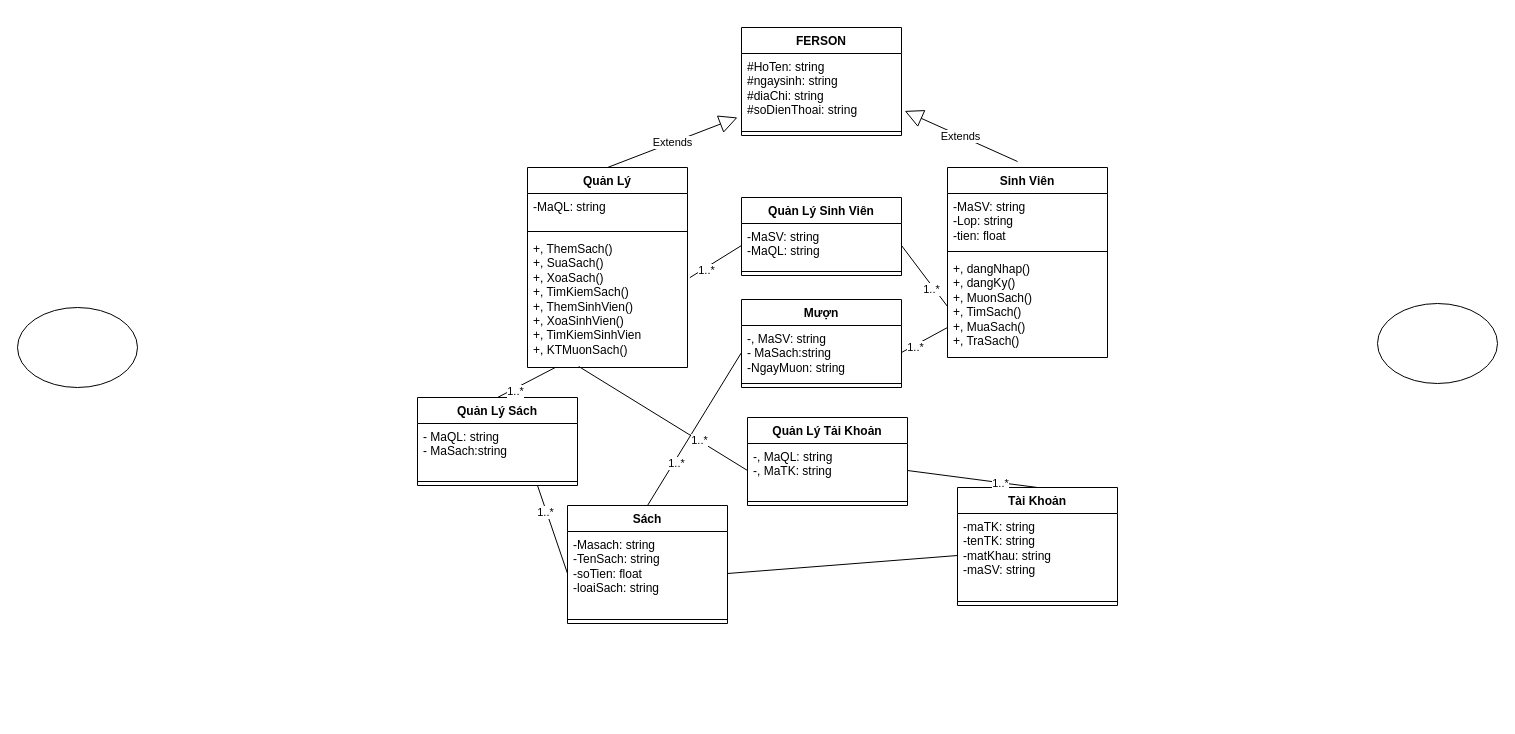
Above: page "Biểu Đồ Lớp" (2 of 2) of QLTV.drawio in XuanManh9999/QLTV_BTL.NET (draw.io), before the change. Source tidied: cells renumbered, new cells numbered last; positions are measured from the earlier drawing's top-left corner, leaving out a move shared by most shapes. Both pictures are drawn from the tidied source at 100%, with x=0, y=0 at pixel (17, 27).
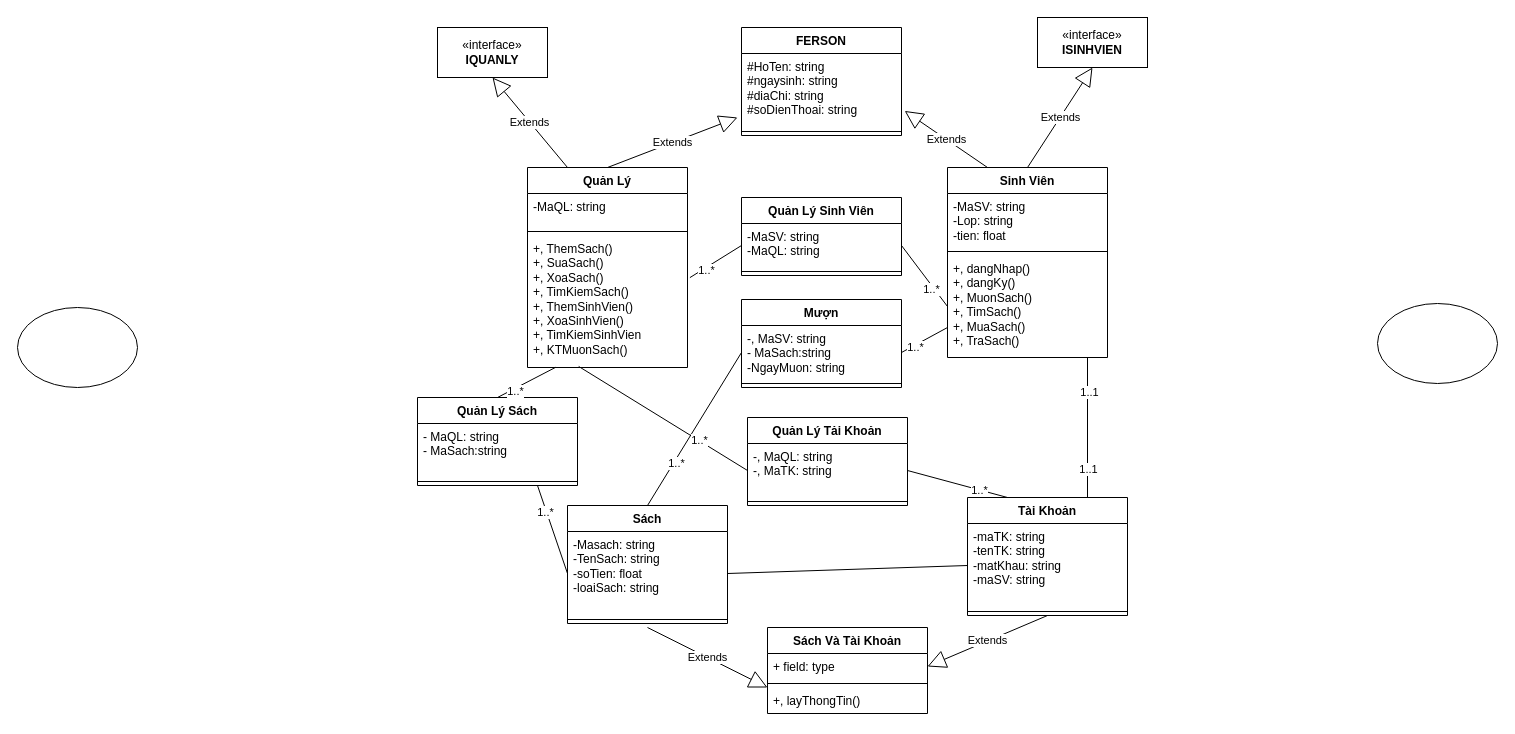
The same diagram, later.

Unchanged cells that the change refers to:
```xml
<mxCell id="3" value="#HoTen: string&lt;br&gt;#ngaysinh: string&lt;br&gt;#diaChi: string&lt;br&gt;#soDienThoai: string" style="text;strokeColor=none;fillColor=none;align=left;verticalAlign=top;spacingLeft=4;spacingRight=4;overflow=hidden;points=[[0,0.5],[1,0.5]];portConstraint=eastwest;whiteSpace=wrap;html=1;" parent="2" vertex="1">
  <mxGeometry y="26" width="160" height="74" as="geometry" />
</mxCell>
<mxCell id="5" value="Quản Lý" style="swimlane;fontStyle=1;align=center;verticalAlign=top;horizontal=1;startSize=26;whiteSpace=wrap;html=1;" parent="1" vertex="1">
  <mxGeometry x="510" y="140" width="160" height="200" as="geometry" />
</mxCell>
<mxCell id="9" value="Sinh Viên" style="swimlane;fontStyle=1;align=center;verticalAlign=top;horizontal=1;startSize=26;whiteSpace=wrap;html=1;" parent="1" vertex="1">
  <mxGeometry x="930" y="140" width="160" height="190" as="geometry" />
</mxCell>
<mxCell id="12" value="+, dangNhap()&lt;br&gt;+, dangKy()&lt;br&gt;+, MuonSach()&lt;br&gt;+, TimSach()&lt;br&gt;+, MuaSach()&lt;br&gt;+, TraSach()" style="text;strokeColor=none;fillColor=none;align=left;verticalAlign=top;spacingLeft=4;spacingRight=4;overflow=hidden;points=[[0,0.5],[1,0.5]];portConstraint=eastwest;whiteSpace=wrap;html=1;" parent="9" vertex="1">
  <mxGeometry y="88" width="160" height="102" as="geometry" />
</mxCell>
<mxCell id="18" style="line;strokeWidth=1;fillColor=none;align=left;verticalAlign=middle;spacingTop=-1;spacingLeft=3;spacingRight=3;labelPosition=right;points=[];portConstraint=eastwest;strokeColor=inherit;" parent="16" vertex="1">
  <mxGeometry y="110" width="160" height="8" as="geometry" />
</mxCell>
<mxCell id="26" value="-, MaQL: string&lt;br&gt;-, MaTK: string" style="text;strokeColor=none;fillColor=none;align=left;verticalAlign=top;spacingLeft=4;spacingRight=4;overflow=hidden;points=[[0,0.5],[1,0.5]];portConstraint=eastwest;whiteSpace=wrap;html=1;" parent="25" vertex="1">
  <mxGeometry y="26" width="160" height="54" as="geometry" />
</mxCell>
```

Change to the diagram source:
```diff
@@
-    <mxCell id="19" value="Tài Khoản" style="swimlane;fontStyle=1;align=center;verticalAlign=top;horizontal=1;startSize=26;whiteSpace=wrap;html=1;" parent="1" vertex="1">
-      <mxGeometry x="940" y="460" width="160" height="118" as="geometry" />
-    </mxCell>
-    <mxCell id="20" value="-maTK: string&lt;br&gt;-tenTK: string&lt;br&gt;-matKhau: string&lt;br&gt;-maSV: string" style="text;strokeColor=none;fillColor=none;align=left;verticalAlign=top;spacingLeft=4;spacingRight=4;overflow=hidden;points=[[0,0.5],[1,0.5]];portConstraint=eastwest;whiteSpace=wrap;html=1;" parent="19" vertex="1">
-      <mxGeometry y="26" width="160" height="84" as="geometry" />
-    </mxCell>
-    <mxCell id="21" style="line;strokeWidth=1;fillColor=none;align=left;verticalAlign=middle;spacingTop=-1;spacingLeft=3;spacingRight=3;labelPosition=right;strokeColor=inherit;" parent="19" vertex="1">
-      <mxGeometry y="110" width="160" height="8" as="geometry" />
-    </mxCell>
@@
-    <mxCell id="32" value="Extends" style="endArrow=block;endSize=16;endFill=0;html=1;rounded=0;exitX=0.5;exitY=0;exitDx=0;exitDy=0;entryX=1.02;entryY=0.776;entryDx=0;entryDy=0;entryPerimeter=0;" parent="1" edge="1" target="3">
-      <mxGeometry relative="1" as="geometry">
-        <mxPoint x="1000" y="134" as="sourcePoint" />
-      </mxGeometry>
+    <mxCell id="32" value="Extends" style="endArrow=block;endSize=16;endFill=0;html=1;rounded=0;exitX=0.25;exitY=0;exitDx=0;exitDy=0;entryX=1.02;entryY=0.776;entryDx=0;entryDy=0;entryPerimeter=0;" parent="1" edge="1" source="9" target="3">
+      <mxGeometry relative="1" as="geometry" />
     </mxCell>
@@
-    <mxCell id="41" style="endArrow=none;html=1;rounded=0;exitX=0.5;exitY=0;exitDx=0;exitDy=0;entryX=1;entryY=0.5;entryDx=0;entryDy=0;" parent="1" edge="1" source="19" target="26">
+    <mxCell id="41" style="endArrow=none;html=1;rounded=0;exitX=0.25;exitY=0;exitDx=0;exitDy=0;entryX=1;entryY=0.5;entryDx=0;entryDy=0;" parent="1" edge="1" source="19" target="26">
       <mxGeometry relative="1" as="geometry" />
     </mxCell>
@@
+    <mxCell id="52" value="«interface»&lt;br&gt;&lt;b&gt;IQUANLY&lt;/b&gt;" style="html=1;whiteSpace=wrap;" parent="1" vertex="1">
+      <mxGeometry x="420" width="110" height="50" as="geometry" />
+    </mxCell>
+    <mxCell id="53" value="Extends" style="endArrow=block;endSize=16;endFill=0;html=1;rounded=0;exitX=0.25;exitY=0;exitDx=0;exitDy=0;entryX=0.5;entryY=1;entryDx=0;entryDy=0;" parent="1" edge="1" source="5" target="52">
+      <mxGeometry relative="1" as="geometry" />
+    </mxCell>
+    <mxCell id="54" value="«interface»&lt;br&gt;&lt;b&gt;ISINHVIEN&lt;/b&gt;" style="html=1;whiteSpace=wrap;" parent="1" vertex="1">
+      <mxGeometry x="1020" y="-10" width="110" height="50" as="geometry" />
+    </mxCell>
+    <mxCell id="55" value="Extends" style="endArrow=block;endSize=16;endFill=0;html=1;rounded=0;exitX=0.5;exitY=0;exitDx=0;exitDy=0;entryX=0.5;entryY=1;entryDx=0;entryDy=0;" parent="1" edge="1" source="9" target="54">
+      <mxGeometry relative="1" as="geometry" />
+    </mxCell>
+    <mxCell id="56" style="endArrow=none;html=1;rounded=0;exitX=0.75;exitY=0;exitDx=0;exitDy=0;entryX=0.875;entryY=1;entryDx=0;entryDy=0;entryPerimeter=0;" parent="1" edge="1" source="19" target="12">
+      <mxGeometry relative="1" as="geometry" />
+    </mxCell>
+    <mxCell id="57" value="1..1" style="edgeLabel;html=1;align=center;verticalAlign=middle;" parent="56" vertex="1">
+      <mxGeometry x="-0.58" relative="1" as="geometry" />
+    </mxCell>
+    <mxCell id="58" value="1..1" style="edgeLabel;html=1;align=center;verticalAlign=middle;" parent="56" vertex="1">
+      <mxGeometry x="0.51" y="-1" relative="1" as="geometry" />
+    </mxCell>
+    <mxCell id="19" value="Tài Khoản" style="swimlane;fontStyle=1;align=center;verticalAlign=top;horizontal=1;startSize=26;whiteSpace=wrap;html=1;" parent="1" vertex="1">
+      <mxGeometry x="950" y="470" width="160" height="118" as="geometry" />
+    </mxCell>
+    <mxCell id="20" value="-maTK: string&lt;br style=&quot;border-color: var(--border-color);&quot;&gt;-tenTK: string&lt;br style=&quot;border-color: var(--border-color);&quot;&gt;-matKhau: string&lt;br style=&quot;border-color: var(--border-color);&quot;&gt;-maSV: string" style="text;strokeColor=none;fillColor=none;align=left;verticalAlign=top;spacingLeft=4;spacingRight=4;overflow=hidden;points=[[0,0.5],[1,0.5]];portConstraint=eastwest;whiteSpace=wrap;html=1;" parent="19" vertex="1">
+      <mxGeometry y="26" width="160" height="84" as="geometry" />
+    </mxCell>
+    <mxCell id="21" style="line;strokeWidth=1;fillColor=none;align=left;verticalAlign=middle;spacingTop=-1;spacingLeft=3;spacingRight=3;labelPosition=right;strokeColor=inherit;" parent="19" vertex="1">
+      <mxGeometry y="110" width="160" height="8" as="geometry" />
+    </mxCell>
+    <mxCell id="59" value="Sách Và Tài Khoản" style="swimlane;fontStyle=1;align=center;verticalAlign=top;horizontal=1;startSize=26;whiteSpace=wrap;html=1;" parent="1" vertex="1">
+      <mxGeometry x="750" y="600" width="160" height="86" as="geometry" />
+    </mxCell>
+    <mxCell id="60" value="+ field: type" style="text;strokeColor=none;fillColor=none;align=left;verticalAlign=top;spacingLeft=4;spacingRight=4;overflow=hidden;points=[[0,0.5],[1,0.5]];portConstraint=eastwest;whiteSpace=wrap;html=1;" parent="59" vertex="1">
+      <mxGeometry y="26" width="160" height="26" as="geometry" />
+    </mxCell>
+    <mxCell id="61" style="line;strokeWidth=1;fillColor=none;align=left;verticalAlign=middle;spacingTop=-1;spacingLeft=3;spacingRight=3;labelPosition=right;strokeColor=inherit;" parent="59" vertex="1">
+      <mxGeometry y="52" width="160" height="8" as="geometry" />
+    </mxCell>
+    <mxCell id="62" value="+, layThongTin()" style="text;strokeColor=none;fillColor=none;align=left;verticalAlign=top;spacingLeft=4;spacingRight=4;overflow=hidden;points=[[0,0.5],[1,0.5]];portConstraint=eastwest;whiteSpace=wrap;html=1;" parent="59" vertex="1">
+      <mxGeometry y="60" width="160" height="26" as="geometry" />
+    </mxCell>
+    <mxCell id="63" value="Extends" style="endArrow=block;endSize=16;endFill=0;html=1;rounded=0;exitX=0.5;exitY=1.5;exitDx=0;exitDy=0;exitPerimeter=0;entryX=0;entryY=0;entryDx=0;entryDy=0;entryPerimeter=0;" parent="1" edge="1" source="18" target="62">
+      <mxGeometry relative="1" as="geometry" />
+    </mxCell>
+    <mxCell id="64" value="Extends" style="endArrow=block;endSize=16;endFill=0;html=1;rounded=0;exitX=0.5;exitY=1;exitDx=0;exitDy=0;entryX=1;entryY=0.5;entryDx=0;entryDy=0;" parent="1" edge="1" source="19" target="60">
+      <mxGeometry relative="1" as="geometry" />
+    </mxCell>
```
